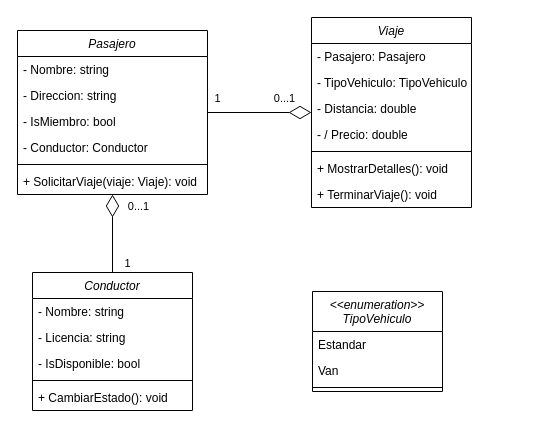
This is Taxis.drawio from DanteO7/Simulacro-Parcial, a draw.io file, before an edit. Source tidied: cells renumbered, new cells numbered last; positions are measured from the earlier drawing's top-left corner, leaving out a move shared by most shapes. Both pictures are drawn from the tidied source at 100%, with x=0, y=0 at pixel (17, 17).
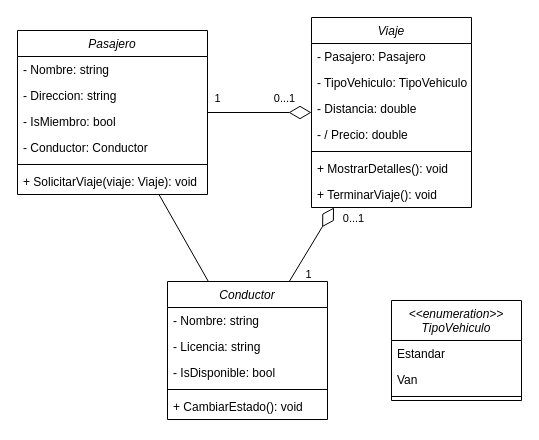
After the change.

Commit message:
Simulacro Parcial

The change refers to these unchanged cells:
```xml
<mxCell id="8" value="Pasajero" style="swimlane;fontStyle=2;align=center;verticalAlign=top;horizontal=1;startSize=26;rounded=0;shadow=0;strokeWidth=1;" parent="1" vertex="1">
  <mxGeometry y="13" width="190" height="164" as="geometry" />
</mxCell>
<mxCell id="15" value="Viaje" style="swimlane;fontStyle=2;align=center;verticalAlign=top;horizontal=1;startSize=26;rounded=0;shadow=0;strokeWidth=1;" parent="1" vertex="1">
  <mxGeometry x="294" width="160" height="190" as="geometry" />
</mxCell>
```

The edit, as a diff of the source:
```diff
@@
     <mxCell id="2" value="Conductor" style="swimlane;fontStyle=2;align=center;verticalAlign=top;horizontal=1;startSize=26;rounded=0;shadow=0;strokeWidth=1;" parent="1" vertex="1">
-      <mxGeometry x="15" y="255" width="160" height="138" as="geometry" />
+      <mxGeometry x="150" y="264" width="160" height="138" as="geometry" />
     </mxCell>
@@
     <mxCell id="23" value="&lt;&lt;enumeration&gt;&gt;&#10;TipoVehiculo" style="swimlane;fontStyle=2;align=center;verticalAlign=top;horizontal=1;startSize=40;rounded=0;shadow=0;strokeWidth=1;" parent="1" vertex="1">
-      <mxGeometry x="295" y="274" width="130" height="100" as="geometry" />
+      <mxGeometry x="374" y="283" width="130" height="100" as="geometry" />
     </mxCell>
@@
-    <mxCell id="30" style="endArrow=diamondThin;html=1;rounded=0;startArrow=none;startFill=0;startSize=20;endFill=0;endSize=20;" parent="1" edge="1" source="2" target="8">
+    <mxCell id="30" style="endArrow=diamondThin;html=1;rounded=0;startArrow=none;startFill=0;startSize=20;endFill=0;endSize=20;" parent="1" edge="1" source="2" target="15">
       <mxGeometry relative="1" as="geometry" />
     </mxCell>
@@
+    <mxCell id="33" style="endArrow=none;html=1;rounded=0;" parent="1" edge="1" source="2" target="8">
+      <mxGeometry relative="1" as="geometry" />
+    </mxCell>
```
